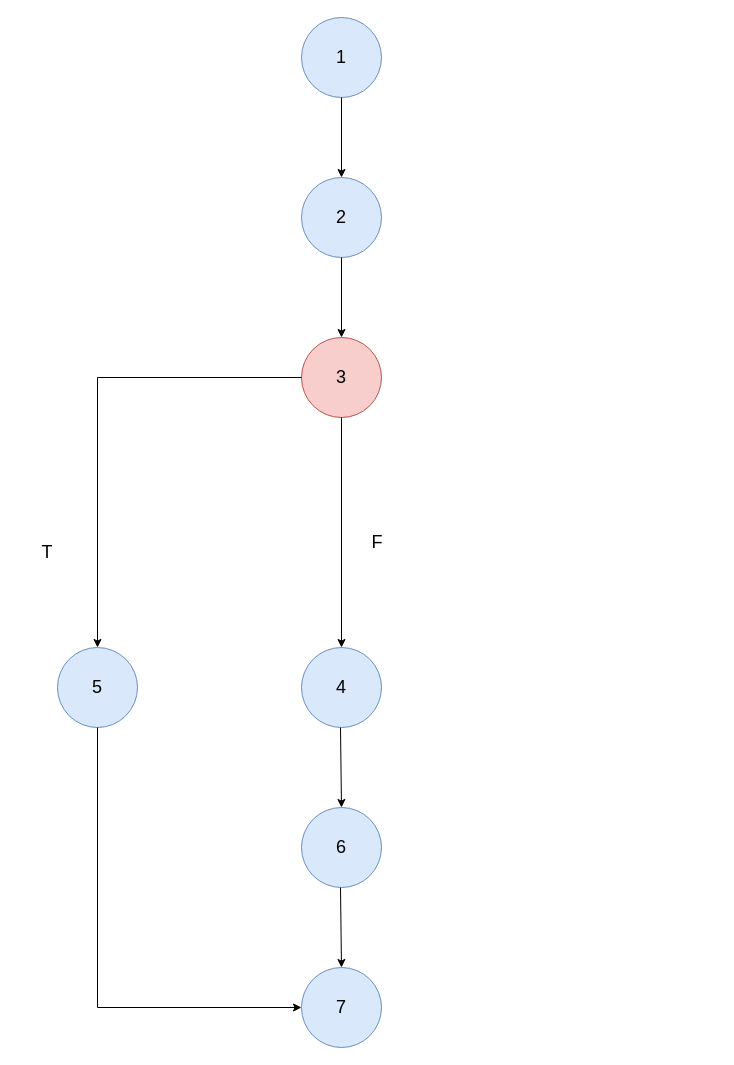
The draw.io diagram ContorDesenv/Grafos/grafo1.drawio in RubenAC1999/Clase, before the edit. Source tidied: cells renumbered, new cells numbered last; positions are measured from the earlier drawing's top-left corner, leaving out a move shared by most shapes. Both pictures are drawn from the tidied source at 100%, with x=0, y=0 at pixel (17, 17).
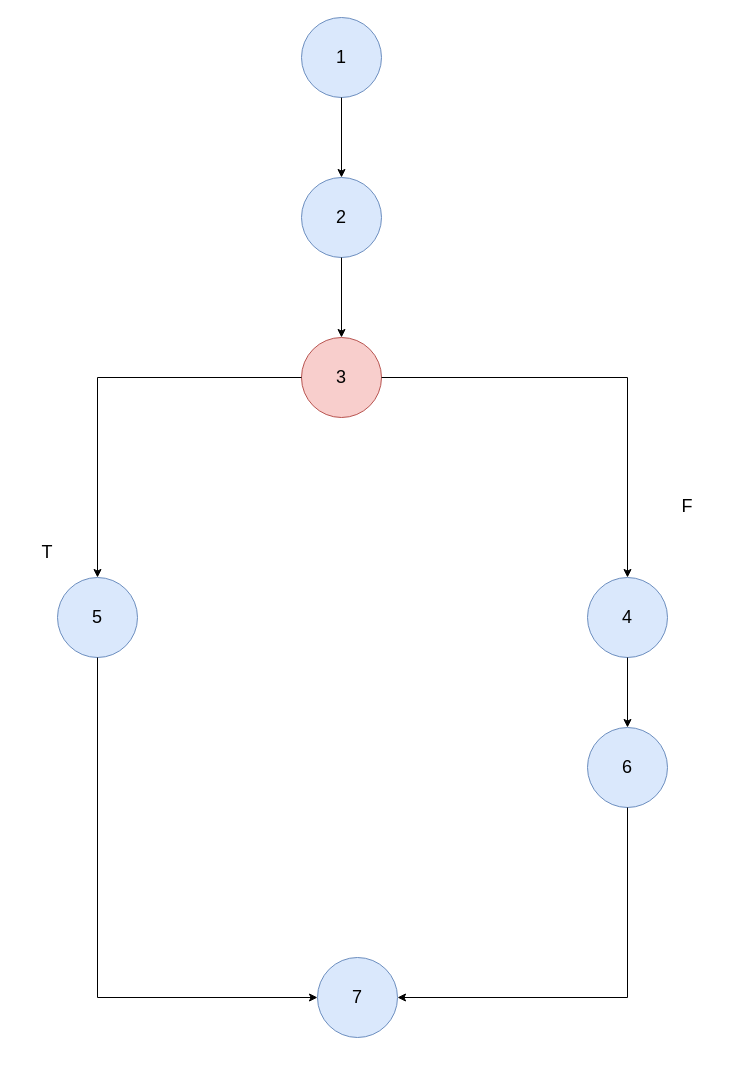
Above is the later version.

The change refers to these unchanged cells:
```xml
<mxCell id="5" value="&lt;font style=&quot;font-size: 18px;&quot;&gt;3&lt;/font&gt;" style="ellipse;whiteSpace=wrap;html=1;fillColor=#f8cecc;strokeColor=#b85450;" parent="1" vertex="1">
  <mxGeometry x="284" y="320" width="80" height="80" as="geometry" />
</mxCell>
```

Change to the diagram source:
```diff
@@
     <mxCell id="6" value="&lt;font style=&quot;font-size: 18px;&quot;&gt;7&lt;/font&gt;" style="ellipse;whiteSpace=wrap;html=1;fillColor=#dae8fc;strokeColor=#6c8ebf;" parent="1" vertex="1">
-      <mxGeometry x="284" y="950" width="80" height="80" as="geometry" />
+      <mxGeometry x="300" y="940" width="80" height="80" as="geometry" />
     </mxCell>
     <mxCell id="7" value="&lt;font style=&quot;font-size: 18px;&quot;&gt;4&lt;/font&gt;" style="ellipse;whiteSpace=wrap;html=1;fillColor=#dae8fc;strokeColor=#6c8ebf;" parent="1" vertex="1">
-      <mxGeometry x="284" y="630" width="80" height="80" as="geometry" />
+      <mxGeometry x="570" y="560" width="80" height="80" as="geometry" />
     </mxCell>
     <mxCell id="8" value="&lt;span style=&quot;font-size: 18px;&quot;&gt;6&lt;/span&gt;" style="ellipse;whiteSpace=wrap;html=1;fillColor=#dae8fc;strokeColor=#6c8ebf;" parent="1" vertex="1">
-      <mxGeometry x="284" y="790" width="80" height="80" as="geometry" />
+      <mxGeometry x="570" y="710" width="80" height="80" as="geometry" />
     </mxCell>
@@
-    <mxCell id="10" style="endArrow=classic;html=1;rounded=0;exitX=0.5;exitY=1;exitDx=0;exitDy=0;entryX=0.5;entryY=0;entryDx=0;entryDy=0;" parent="1" edge="1" source="5">
-      <mxGeometry relative="1" as="geometry">
-        <mxPoint x="324" y="630" as="targetPoint" />
-      </mxGeometry>
-    </mxCell>
-    <mxCell id="11" style="endArrow=classic;html=1;rounded=0;exitX=0.5;exitY=1;exitDx=0;exitDy=0;entryX=0.5;entryY=0;entryDx=0;entryDy=0;" parent="1" edge="1" target="8">
-      <mxGeometry relative="1" as="geometry">
-        <mxPoint x="323" y="710" as="sourcePoint" />
-      </mxGeometry>
+    <mxCell id="11" style="endArrow=classic;html=1;rounded=0;exitX=0.5;exitY=1;exitDx=0;exitDy=0;entryX=0.5;entryY=0;entryDx=0;entryDy=0;" parent="1" edge="1" source="7" target="8">
+      <mxGeometry relative="1" as="geometry" />
     </mxCell>
@@
     <mxCell id="13" value="&lt;font style=&quot;font-size: 18px;&quot;&gt;F&lt;/font&gt;" style="text;html=1;strokeColor=none;fillColor=none;align=center;verticalAlign=middle;whiteSpace=wrap;rounded=0;" parent="1" vertex="1">
-      <mxGeometry x="330" y="510" width="60" height="30" as="geometry" />
+      <mxGeometry x="640" y="474" width="60" height="30" as="geometry" />
     </mxCell>
-    <mxCell id="14" style="endArrow=classic;html=1;rounded=0;exitX=0.5;exitY=1;exitDx=0;exitDy=0;entryX=0.5;entryY=0;entryDx=0;entryDy=0;" parent="1" edge="1">
+    <mxCell id="14" style="endArrow=classic;html=1;rounded=0;exitX=0.5;exitY=1;exitDx=0;exitDy=0;entryX=1;entryY=0.5;entryDx=0;entryDy=0;" parent="1" edge="1" source="8" target="6">
       <mxGeometry relative="1" as="geometry">
-        <mxPoint x="323" y="870" as="sourcePoint" />
-        <mxPoint x="324" y="950" as="targetPoint" />
+        <Array as="points">
+          <mxPoint x="610" y="980" />
+        </Array>
       </mxGeometry>
     </mxCell>
     <mxCell id="15" value="&lt;font style=&quot;font-size: 18px;&quot;&gt;5&lt;/font&gt;" style="ellipse;whiteSpace=wrap;html=1;fillColor=#dae8fc;strokeColor=#6c8ebf;" parent="1" vertex="1">
-      <mxGeometry x="40" y="630" width="80" height="80" as="geometry" />
+      <mxGeometry x="40" y="560" width="80" height="80" as="geometry" />
     </mxCell>
@@
     <mxCell id="17" style="endArrow=classic;html=1;rounded=0;exitX=0.5;exitY=1;exitDx=0;exitDy=0;entryX=0;entryY=0.5;entryDx=0;entryDy=0;" parent="1" edge="1" source="15" target="6">
       <mxGeometry relative="1" as="geometry">
         <Array as="points">
-          <mxPoint x="80" y="990" />
+          <mxPoint x="80" y="980" />
         </Array>
       </mxGeometry>
     </mxCell>
+    <mxCell id="18" style="endArrow=classic;html=1;rounded=0;exitX=1;exitY=0.5;exitDx=0;exitDy=0;entryX=0.5;entryY=0;entryDx=0;entryDy=0;" parent="1" edge="1" source="5" target="7">
+      <mxGeometry relative="1" as="geometry">
+        <Array as="points">
+          <mxPoint x="610" y="360" />
+        </Array>
+      </mxGeometry>
+    </mxCell>
```
